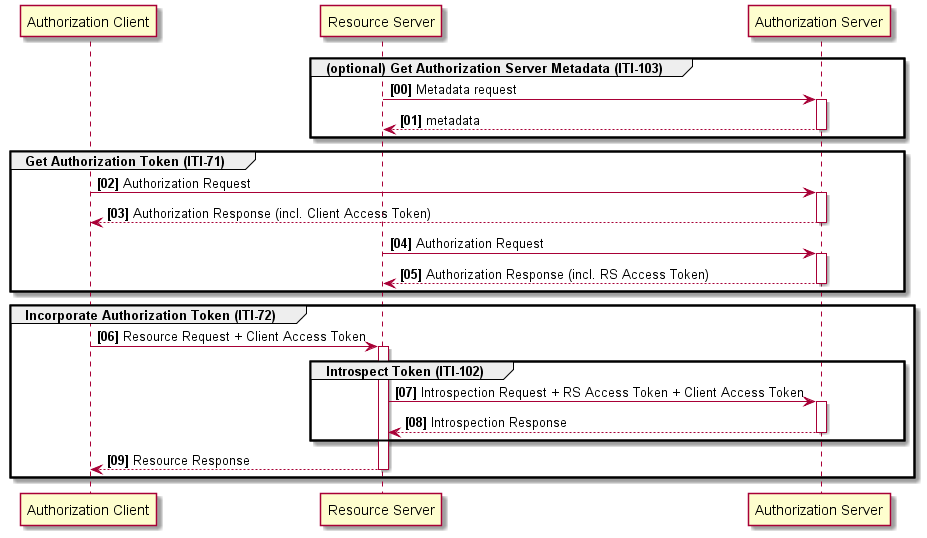
The PlantUML diagram media/introspect.png in IHE/ITI.IUA, before a commit.
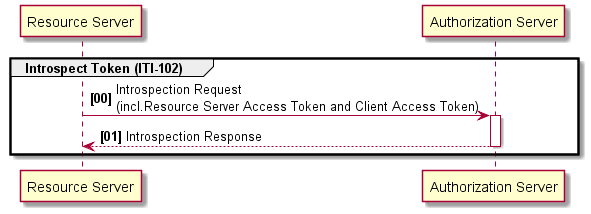
After the commit.

Commit message:
Improve introspect texts fixes #30

Change to the diagram source:
```diff
@@ -1,34 +1,14 @@
 @startuml introspect
 
-participant "Authorization Client" as Client
 participant "Resource Server" as ResourceServer
 participant "Authorization Server" as AuthzServer
 
-autonumber 0 1 "<b>[00]"
+autonumber 0 1 "<b>[00]</b>"
 autoactivate on
 
-group (optional) Get Authorization Server Metadata (ITI-103)
-    ResourceServer -> AuthzServer : Metadata request
-    AuthzServer --> ResourceServer: metadata
-end
-
-group Get Authorization Token (ITI-71)
-Client -> AuthzServer : Authorization Request
-Client <-- AuthzServer : Authorization Response (incl. Client Access Token)
-
-ResourceServer -> AuthzServer : Authorization Request
-ResourceServer <-- AuthzServer : Authorization Response (incl. RS Access Token)
-end
-
-group Incorporate Authorization Token (ITI-72)
-Client -> ResourceServer : Resource Request + Client Access Token
-
 group Introspect Token (ITI-102)
-ResourceServer -> AuthzServer : Introspection Request + RS Access Token + Client Access Token
+ResourceServer -> AuthzServer : Introspection Request\n(incl.Resource Server Access Token and Client Access Token)
 ResourceServer <-- AuthzServer : Introspection Response
-end
-
-Client <-- ResourceServer : Resource Response
 end
 
 autonumber stop
```
